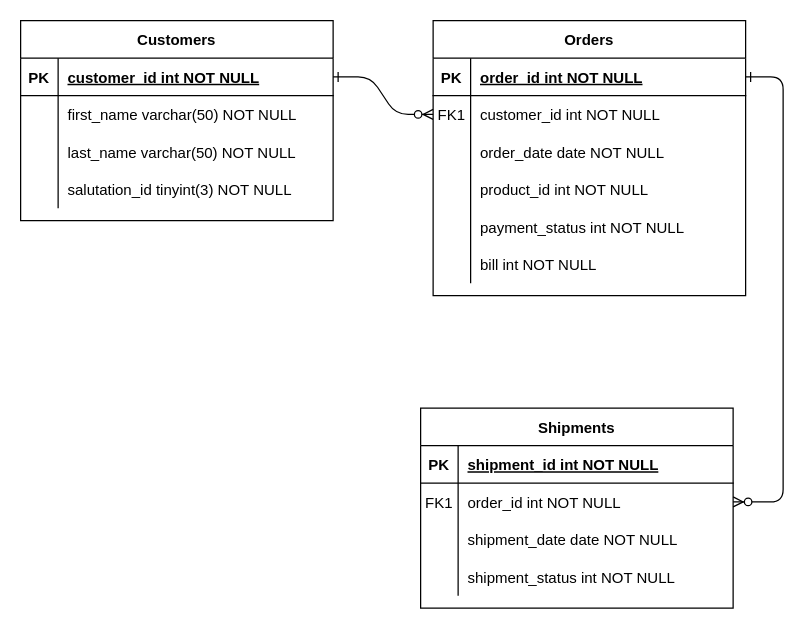
Elyesc4/hardwarehub keeps this draw.io diagram as HH_ERM.drawio. Above is the earlier version. Source tidied: cells renumbered, new cells numbered last; positions are measured from the earlier drawing's top-left corner, leaving out a move shared by most shapes. Both pictures are drawn from the tidied source at 125%, with x=0, y=0 at pixel (20, 20).
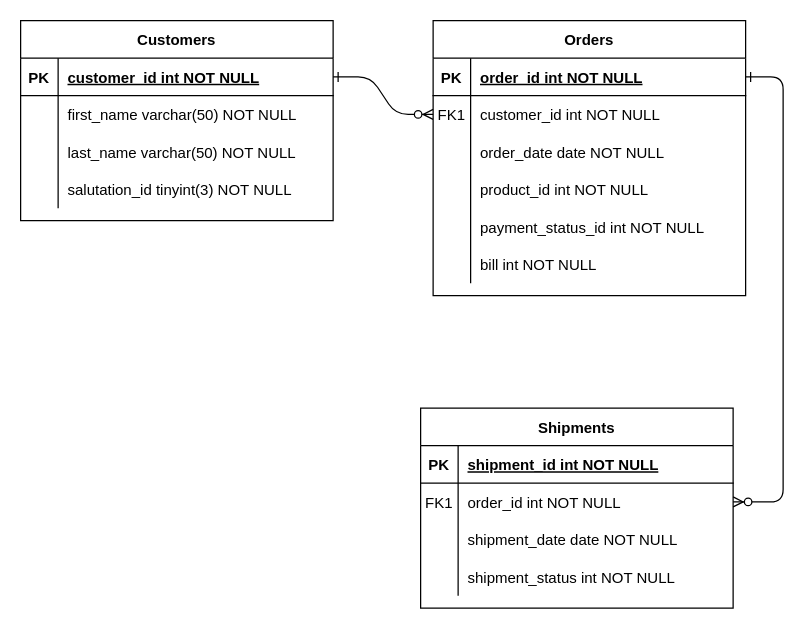
The same diagram, later.

Unchanged cells that the change refers to:
```xml
<mxCell id="17" style="shape=partialRectangle;fillColor=none;top=0;left=0;right=0;bottom=0;" parent="4" vertex="1">
  <mxGeometry y="150" width="250" height="30" as="geometry" />
</mxCell>
```

What changed in the source:
```diff
@@
-    <mxCell id="19" value="payment_status int NOT NULL" style="shape=partialRectangle;overflow=hidden;fillColor=none;top=0;left=0;bottom=0;right=0;align=left;spacingLeft=6;" parent="17" vertex="1">
+    <mxCell id="19" value="payment_status_id int NOT NULL" style="shape=partialRectangle;overflow=hidden;fillColor=none;top=0;left=0;bottom=0;right=0;align=left;spacingLeft=6;" parent="17" vertex="1">
       <mxGeometry x="30" width="220" height="30" as="geometry" />
     </mxCell>
```
